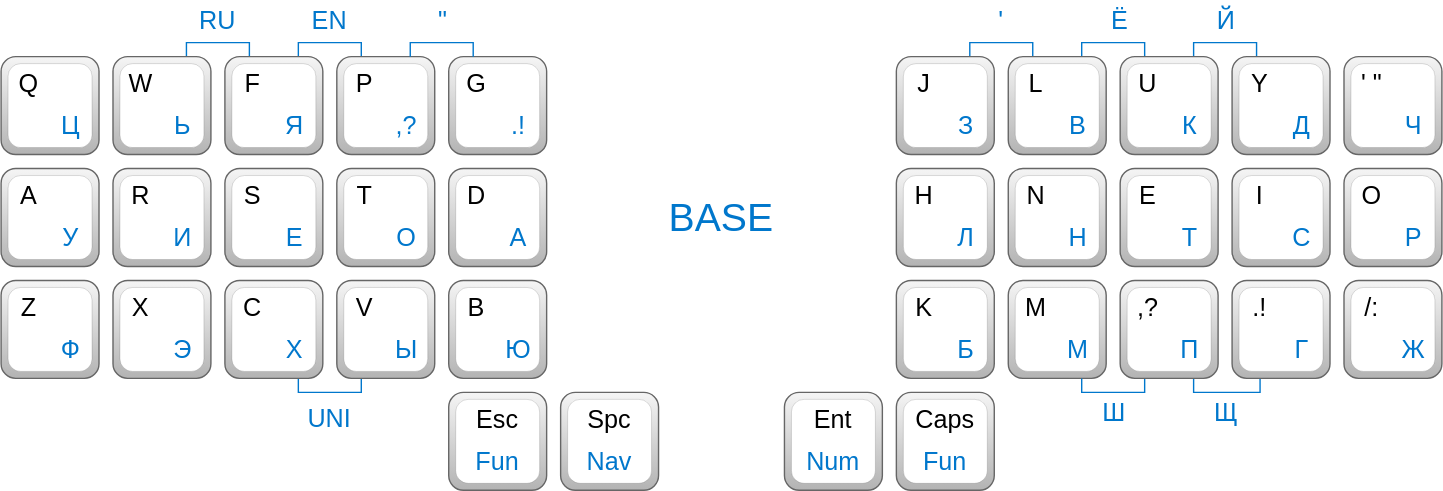
The draw.io diagram Core.drawio.svg in XelorR/Extend, before a commit. Source tidied: cells renumbered, new cells last; positions are measured from the earlier drawing's top-left corner, leaving out a move shared by most shapes.
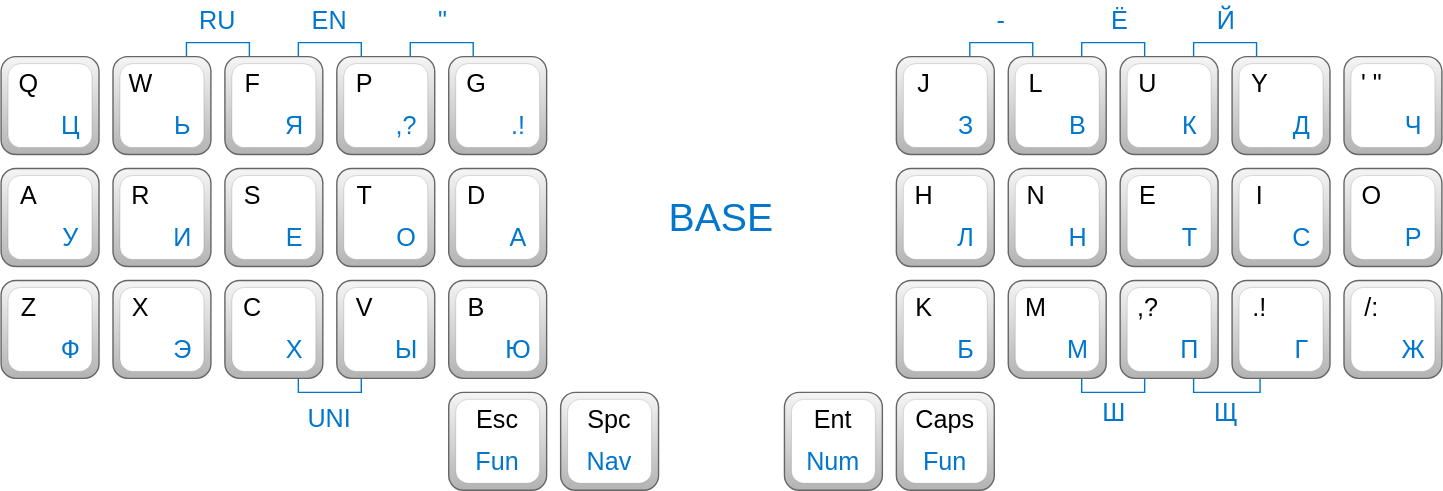
The same diagram one commit later.

Commit message:
"-" enabled also on some sym and num layers, as combo

What changed in the source:
```diff
@@ -509,7 +509,7 @@
     <mxCell id="155" value="&quot;" style="text;html=1;align=center;verticalAlign=middle;whiteSpace=wrap;rounded=0;fontSize=18;fontColor=light-dark(#0077CC,#0077CC);fontStyle=0;" parent="1" vertex="1">
       <mxGeometry x="301" width="30" height="30" as="geometry" />
     </mxCell>
-    <mxCell id="156" value="'" style="text;html=1;align=center;verticalAlign=middle;whiteSpace=wrap;rounded=0;fontSize=18;fontColor=light-dark(#0077CC,#0077CC);fontStyle=0;" parent="1" vertex="1">
+    <mxCell id="156" value="-" style="text;html=1;align=center;verticalAlign=middle;whiteSpace=wrap;rounded=0;fontSize=18;fontColor=light-dark(#0077CC,#0077CC);fontStyle=0;" parent="1" vertex="1">
       <mxGeometry x="700" width="30" height="30" as="geometry" />
     </mxCell>
   </root>
```
